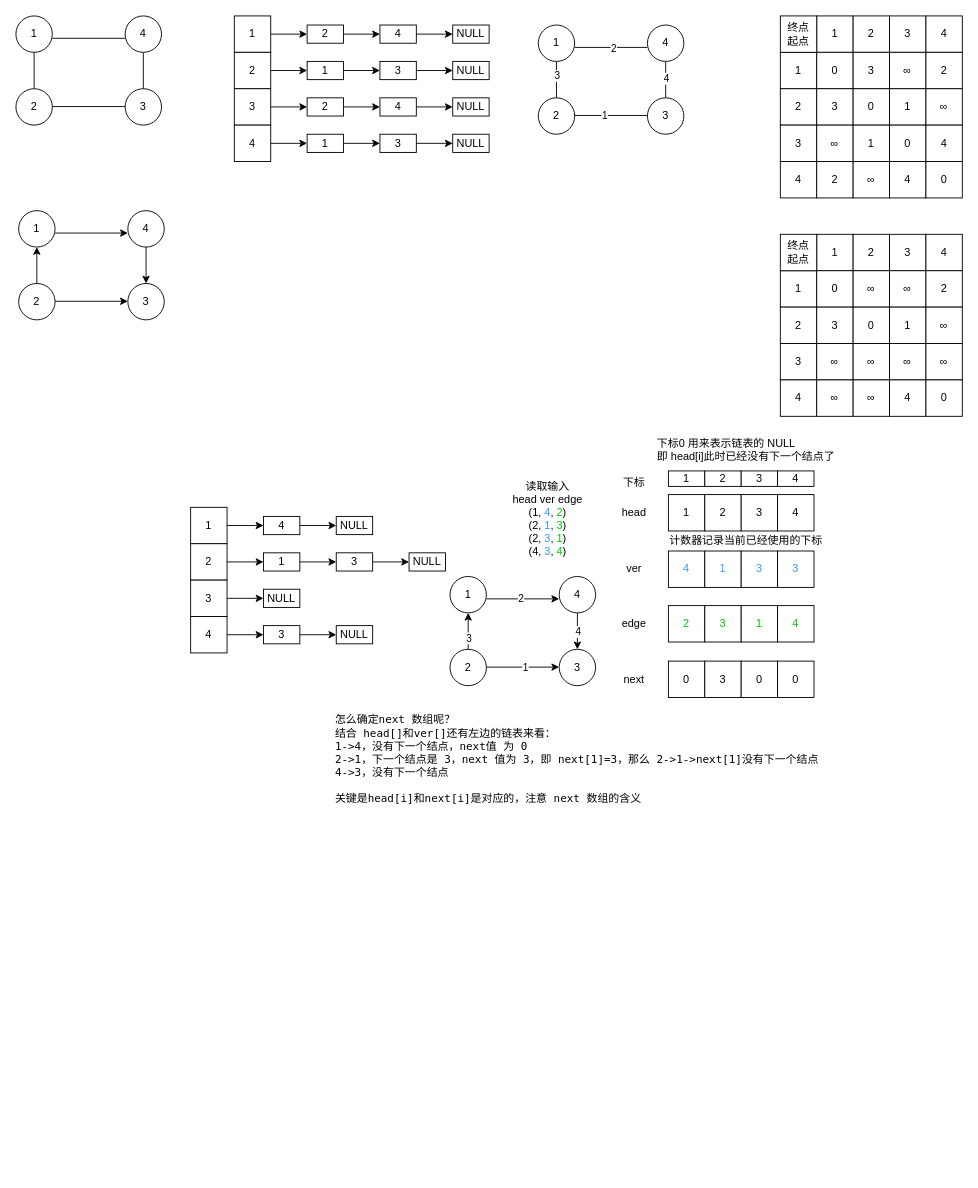
Above: 算法/图论 1.drawio in xyshawy/DRAW (draw.io), before the change. Source tidied: cells renumbered, new cells numbered last; positions are measured from the earlier drawing's top-left corner, leaving out a move shared by most shapes. Both pictures are drawn from the tidied source at 91%, with x=0, y=0 at pixel (15, 15).
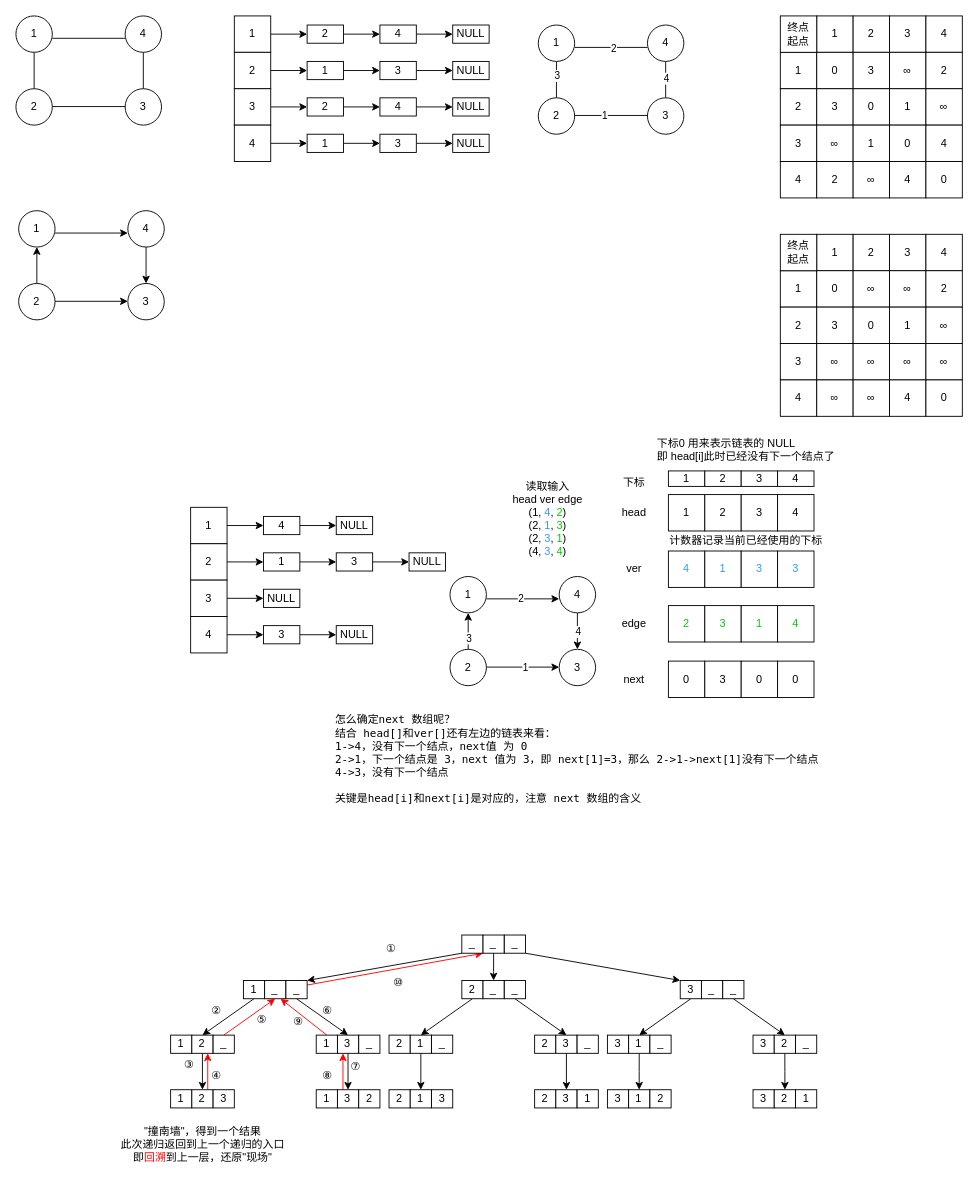
Above is the later version.

Change to the diagram source:
```diff
@@
+    <mxCell id="171" style="rounded=0;jettySize=auto;html=1;exitX=0.5;exitY=1;exitDx=0;exitDy=0;entryX=0.5;entryY=0;entryDx=0;entryDy=0;" parent="1" edge="1" source="172" target="214">
+      <mxGeometry relative="1" as="geometry" />
+    </mxCell>
+    <mxCell id="172" value="1" style="rounded=0;whiteSpace=wrap;html=1;" parent="1" vertex="1">
+      <mxGeometry x="250" y="1060" width="23.3" height="20" as="geometry" />
+    </mxCell>
+    <mxCell id="173" value="_" style="rounded=0;whiteSpace=wrap;html=1;" parent="1" vertex="1">
+      <mxGeometry x="273.3" y="1060" width="23.3" height="20" as="geometry" />
+    </mxCell>
+    <mxCell id="174" style="rounded=0;jettySize=auto;html=1;exitX=0.5;exitY=1;exitDx=0;exitDy=0;entryX=0.5;entryY=0;entryDx=0;entryDy=0;" parent="1" edge="1" source="176" target="190">
+      <mxGeometry relative="1" as="geometry" />
+    </mxCell>
+    <mxCell id="175" style="rounded=0;jettySize=auto;html=1;exitX=1;exitY=0.25;exitDx=0;exitDy=0;entryX=1;entryY=1;entryDx=0;entryDy=0;strokeColor=#FF0000;" parent="1" edge="1" source="176" target="201">
+      <mxGeometry relative="1" as="geometry" />
+    </mxCell>
+    <mxCell id="176" value="_" style="rounded=0;whiteSpace=wrap;html=1;" parent="1" vertex="1">
+      <mxGeometry x="296.7" y="1060" width="23.3" height="20" as="geometry" />
+    </mxCell>
+    <mxCell id="177" style="rounded=0;jettySize=auto;html=1;exitX=0.5;exitY=1;exitDx=0;exitDy=0;entryX=0.5;entryY=0;entryDx=0;entryDy=0;" parent="1" edge="1" source="178" target="206">
+      <mxGeometry relative="1" as="geometry" />
+    </mxCell>
+    <mxCell id="178" value="2" style="rounded=0;whiteSpace=wrap;html=1;" parent="1" vertex="1">
+      <mxGeometry x="490" y="1060" width="23.3" height="20" as="geometry" />
+    </mxCell>
+    <mxCell id="179" value="_" style="rounded=0;whiteSpace=wrap;html=1;" parent="1" vertex="1">
+      <mxGeometry x="513.3" y="1060" width="23.3" height="20" as="geometry" />
+    </mxCell>
+    <mxCell id="180" style="rounded=0;jettySize=auto;html=1;exitX=0.5;exitY=1;exitDx=0;exitDy=0;entryX=0.5;entryY=0;entryDx=0;entryDy=0;" parent="1" edge="1" source="181" target="210">
+      <mxGeometry relative="1" as="geometry" />
+    </mxCell>
+    <mxCell id="181" value="_" style="rounded=0;whiteSpace=wrap;html=1;" parent="1" vertex="1">
+      <mxGeometry x="536.7" y="1060" width="23.3" height="20" as="geometry" />
+    </mxCell>
+    <mxCell id="182" style="rounded=0;jettySize=auto;html=1;exitX=0.5;exitY=1;exitDx=0;exitDy=0;entryX=0.5;entryY=0;entryDx=0;entryDy=0;" parent="1" edge="1" source="183" target="194">
+      <mxGeometry relative="1" as="geometry" />
+    </mxCell>
+    <mxCell id="183" value="3" style="rounded=0;whiteSpace=wrap;html=1;" parent="1" vertex="1">
+      <mxGeometry x="730" y="1060" width="23.3" height="20" as="geometry" />
+    </mxCell>
+    <mxCell id="184" value="_" style="rounded=0;whiteSpace=wrap;html=1;" parent="1" vertex="1">
+      <mxGeometry x="753.3" y="1060" width="23.3" height="20" as="geometry" />
+    </mxCell>
+    <mxCell id="185" style="rounded=0;jettySize=auto;html=1;exitX=0.5;exitY=1;exitDx=0;exitDy=0;entryX=0.5;entryY=0;entryDx=0;entryDy=0;" parent="1" edge="1" source="186" target="198">
+      <mxGeometry relative="1" as="geometry" />
+    </mxCell>
+    <mxCell id="186" value="_" style="rounded=0;whiteSpace=wrap;html=1;" parent="1" vertex="1">
+      <mxGeometry x="776.7" y="1060" width="23.3" height="20" as="geometry" />
+    </mxCell>
+    <mxCell id="187" style="rounded=0;jettySize=auto;html=1;exitX=0.5;exitY=0;exitDx=0;exitDy=0;entryX=0.75;entryY=1;entryDx=0;entryDy=0;strokeColor=#FF0000;" parent="1" edge="1" source="188" target="173">
+      <mxGeometry relative="1" as="geometry" />
+    </mxCell>
+    <mxCell id="188" value="1" style="rounded=0;whiteSpace=wrap;html=1;" parent="1" vertex="1">
+      <mxGeometry x="330" y="1120" width="23.3" height="20" as="geometry" />
+    </mxCell>
+    <mxCell id="189" style="edgeStyle=orthogonalEdgeStyle;rounded=0;jettySize=auto;html=1;exitX=0.5;exitY=1;exitDx=0;exitDy=0;entryX=0.5;entryY=0;entryDx=0;entryDy=0;" parent="1" edge="1" source="190" target="226">
+      <mxGeometry relative="1" as="geometry" />
+    </mxCell>
+    <mxCell id="190" value="3" style="rounded=0;whiteSpace=wrap;html=1;" parent="1" vertex="1">
+      <mxGeometry x="353.3" y="1120" width="23.3" height="20" as="geometry" />
+    </mxCell>
+    <mxCell id="191" value="_" style="rounded=0;whiteSpace=wrap;html=1;" parent="1" vertex="1">
+      <mxGeometry x="376.7" y="1120" width="23.3" height="20" as="geometry" />
+    </mxCell>
+    <mxCell id="192" value="3" style="rounded=0;whiteSpace=wrap;html=1;" parent="1" vertex="1">
+      <mxGeometry x="650" y="1120" width="23.3" height="20" as="geometry" />
+    </mxCell>
+    <mxCell id="193" style="edgeStyle=orthogonalEdgeStyle;rounded=0;jettySize=auto;html=1;exitX=0.5;exitY=1;exitDx=0;exitDy=0;" parent="1" edge="1" source="194" target="235">
+      <mxGeometry relative="1" as="geometry" />
+    </mxCell>
+    <mxCell id="194" value="1" style="rounded=0;whiteSpace=wrap;html=1;" parent="1" vertex="1">
+      <mxGeometry x="673.3" y="1120" width="23.3" height="20" as="geometry" />
+    </mxCell>
+    <mxCell id="195" value="_" style="rounded=0;whiteSpace=wrap;html=1;" parent="1" vertex="1">
+      <mxGeometry x="696.7" y="1120" width="23.3" height="20" as="geometry" />
+    </mxCell>
+    <mxCell id="196" value="3" style="rounded=0;whiteSpace=wrap;html=1;" parent="1" vertex="1">
+      <mxGeometry x="810" y="1120" width="23.3" height="20" as="geometry" />
+    </mxCell>
+    <mxCell id="197" style="edgeStyle=orthogonalEdgeStyle;rounded=0;jettySize=auto;html=1;exitX=0.5;exitY=1;exitDx=0;exitDy=0;" parent="1" edge="1" source="198" target="238">
+      <mxGeometry relative="1" as="geometry" />
+    </mxCell>
+    <mxCell id="198" value="2" style="rounded=0;whiteSpace=wrap;html=1;" parent="1" vertex="1">
+      <mxGeometry x="833.3" y="1120" width="23.3" height="20" as="geometry" />
+    </mxCell>
+    <mxCell id="199" value="_" style="rounded=0;whiteSpace=wrap;html=1;" parent="1" vertex="1">
+      <mxGeometry x="856.7" y="1120" width="23.3" height="20" as="geometry" />
+    </mxCell>
+    <mxCell id="200" style="group;" parent="1" vertex="1">
+      <mxGeometry x="490" y="1010" width="70" height="20" as="geometry" />
+    </mxCell>
+    <mxCell id="201" value="_" style="rounded=0;whiteSpace=wrap;html=1;" parent="200" vertex="1">
+      <mxGeometry width="23.3" height="20" as="geometry" />
+    </mxCell>
+    <mxCell id="202" value="_" style="rounded=0;whiteSpace=wrap;html=1;" parent="200" vertex="1">
+      <mxGeometry x="23.3" width="23.3" height="20" as="geometry" />
+    </mxCell>
+    <mxCell id="203" value="_" style="rounded=0;whiteSpace=wrap;html=1;" parent="200" vertex="1">
+      <mxGeometry x="46.7" width="23.3" height="20" as="geometry" />
+    </mxCell>
+    <mxCell id="204" value="2" style="rounded=0;whiteSpace=wrap;html=1;" parent="1" vertex="1">
+      <mxGeometry x="410" y="1120" width="23.3" height="20" as="geometry" />
+    </mxCell>
+    <mxCell id="205" style="edgeStyle=orthogonalEdgeStyle;rounded=0;jettySize=auto;html=1;exitX=0.5;exitY=1;exitDx=0;exitDy=0;entryX=0.5;entryY=0;entryDx=0;entryDy=0;" parent="1" edge="1" source="206" target="229">
+      <mxGeometry relative="1" as="geometry" />
+    </mxCell>
+    <mxCell id="206" value="1" style="rounded=0;whiteSpace=wrap;html=1;" parent="1" vertex="1">
+      <mxGeometry x="433.3" y="1120" width="23.3" height="20" as="geometry" />
+    </mxCell>
+    <mxCell id="207" value="_" style="rounded=0;whiteSpace=wrap;html=1;" parent="1" vertex="1">
+      <mxGeometry x="456.7" y="1120" width="23.3" height="20" as="geometry" />
+    </mxCell>
+    <mxCell id="208" value="2" style="rounded=0;whiteSpace=wrap;html=1;" parent="1" vertex="1">
+      <mxGeometry x="570" y="1120" width="23.3" height="20" as="geometry" />
+    </mxCell>
+    <mxCell id="209" style="edgeStyle=orthogonalEdgeStyle;rounded=0;jettySize=auto;html=1;exitX=0.5;exitY=1;exitDx=0;exitDy=0;entryX=0.5;entryY=0;entryDx=0;entryDy=0;" parent="1" edge="1" source="210" target="232">
+      <mxGeometry relative="1" as="geometry" />
+    </mxCell>
+    <mxCell id="210" value="3" style="rounded=0;whiteSpace=wrap;html=1;" parent="1" vertex="1">
+      <mxGeometry x="593.3" y="1120" width="23.3" height="20" as="geometry" />
+    </mxCell>
+    <mxCell id="211" value="_" style="rounded=0;whiteSpace=wrap;html=1;" parent="1" vertex="1">
+      <mxGeometry x="616.7" y="1120" width="23.3" height="20" as="geometry" />
+    </mxCell>
+    <mxCell id="212" value="1" style="rounded=0;whiteSpace=wrap;html=1;" parent="1" vertex="1">
+      <mxGeometry x="170" y="1120" width="23.3" height="20" as="geometry" />
+    </mxCell>
+    <mxCell id="213" style="edgeStyle=orthogonalEdgeStyle;rounded=0;jettySize=auto;html=1;exitX=0.5;exitY=1;exitDx=0;exitDy=0;entryX=0.5;entryY=0;entryDx=0;entryDy=0;" parent="1" edge="1" source="214" target="222">
+      <mxGeometry relative="1" as="geometry" />
+    </mxCell>
+    <mxCell id="214" value="2" style="rounded=0;whiteSpace=wrap;html=1;" parent="1" vertex="1">
+      <mxGeometry x="193.3" y="1120" width="23.3" height="20" as="geometry" />
+    </mxCell>
+    <mxCell id="215" style="rounded=0;jettySize=auto;html=1;exitX=0.5;exitY=0;exitDx=0;exitDy=0;entryX=0.5;entryY=1;entryDx=0;entryDy=0;strokeColor=#FF0000;" parent="1" edge="1" source="216" target="173">
+      <mxGeometry relative="1" as="geometry" />
+    </mxCell>
+    <mxCell id="216" value="_" style="rounded=0;whiteSpace=wrap;html=1;" parent="1" vertex="1">
+      <mxGeometry x="216.7" y="1120" width="23.3" height="20" as="geometry" />
+    </mxCell>
+    <mxCell id="217" style="edgeStyle=orthogonalEdgeStyle;rounded=0;jettySize=auto;html=1;exitX=0.5;exitY=1;exitDx=0;exitDy=0;" parent="1" edge="1" source="202" target="179">
+      <mxGeometry relative="1" as="geometry" />
+    </mxCell>
+    <mxCell id="218" style="rounded=0;jettySize=auto;html=1;entryX=1;entryY=0;entryDx=0;entryDy=0;strokeColor=#000000;" parent="1" edge="1" target="176">
+      <mxGeometry relative="1" as="geometry">
+        <mxPoint x="490" y="1030" as="sourcePoint" />
+      </mxGeometry>
+    </mxCell>
+    <mxCell id="219" style="rounded=0;jettySize=auto;html=1;entryX=0;entryY=0;entryDx=0;entryDy=0;" parent="1" edge="1" target="183">
+      <mxGeometry relative="1" as="geometry">
+        <mxPoint x="560" y="1030" as="sourcePoint" />
+      </mxGeometry>
+    </mxCell>
+    <mxCell id="220" value="1" style="rounded=0;whiteSpace=wrap;html=1;" parent="1" vertex="1">
+      <mxGeometry x="170" y="1180" width="23.3" height="20" as="geometry" />
+    </mxCell>
+    <mxCell id="221" style="edgeStyle=orthogonalEdgeStyle;rounded=0;jettySize=auto;html=1;exitX=0.75;exitY=0;exitDx=0;exitDy=0;entryX=0.75;entryY=1;entryDx=0;entryDy=0;strokeColor=#FF0000;" parent="1" edge="1" source="222" target="214">
+      <mxGeometry relative="1" as="geometry" />
+    </mxCell>
+    <mxCell id="222" value="2" style="rounded=0;whiteSpace=wrap;html=1;" parent="1" vertex="1">
+      <mxGeometry x="193.3" y="1180" width="23.3" height="20" as="geometry" />
+    </mxCell>
+    <mxCell id="223" value="3" style="rounded=0;whiteSpace=wrap;html=1;" parent="1" vertex="1">
+      <mxGeometry x="216.7" y="1180" width="23.3" height="20" as="geometry" />
+    </mxCell>
+    <mxCell id="224" value="1" style="rounded=0;whiteSpace=wrap;html=1;" parent="1" vertex="1">
+      <mxGeometry x="330" y="1180" width="23.3" height="20" as="geometry" />
+    </mxCell>
+    <mxCell id="225" style="rounded=0;orthogonalLoop=1;jettySize=auto;html=1;exitX=0.75;exitY=0;exitDx=0;exitDy=0;entryX=0.75;entryY=1;entryDx=0;entryDy=0;strokeColor=#FF0000;" parent="1" edge="1">
+      <mxGeometry relative="1" as="geometry">
+        <mxPoint x="359.4" y="1180" as="sourcePoint" />
+        <mxPoint x="359.4" y="1140" as="targetPoint" />
+      </mxGeometry>
+    </mxCell>
+    <mxCell id="226" value="3" style="rounded=0;whiteSpace=wrap;html=1;" parent="1" vertex="1">
+      <mxGeometry x="353.3" y="1180" width="23.3" height="20" as="geometry" />
+    </mxCell>
+    <mxCell id="227" value="2" style="rounded=0;whiteSpace=wrap;html=1;" parent="1" vertex="1">
+      <mxGeometry x="376.7" y="1180" width="23.3" height="20" as="geometry" />
+    </mxCell>
+    <mxCell id="228" value="2" style="rounded=0;whiteSpace=wrap;html=1;" parent="1" vertex="1">
+      <mxGeometry x="410" y="1180" width="23.3" height="20" as="geometry" />
+    </mxCell>
+    <mxCell id="229" value="1" style="rounded=0;whiteSpace=wrap;html=1;" parent="1" vertex="1">
+      <mxGeometry x="433.3" y="1180" width="23.3" height="20" as="geometry" />
+    </mxCell>
+    <mxCell id="230" value="3" style="rounded=0;whiteSpace=wrap;html=1;" parent="1" vertex="1">
+      <mxGeometry x="456.7" y="1180" width="23.3" height="20" as="geometry" />
+    </mxCell>
+    <mxCell id="231" value="2" style="rounded=0;whiteSpace=wrap;html=1;" parent="1" vertex="1">
+      <mxGeometry x="570" y="1180" width="23.3" height="20" as="geometry" />
+    </mxCell>
+    <mxCell id="232" value="3" style="rounded=0;whiteSpace=wrap;html=1;" parent="1" vertex="1">
+      <mxGeometry x="593.3" y="1180" width="23.3" height="20" as="geometry" />
+    </mxCell>
+    <mxCell id="233" value="1" style="rounded=0;whiteSpace=wrap;html=1;" parent="1" vertex="1">
+      <mxGeometry x="616.7" y="1180" width="23.3" height="20" as="geometry" />
+    </mxCell>
+    <mxCell id="234" value="3" style="rounded=0;whiteSpace=wrap;html=1;" parent="1" vertex="1">
+      <mxGeometry x="650" y="1180" width="23.3" height="20" as="geometry" />
+    </mxCell>
+    <mxCell id="235" value="1" style="rounded=0;whiteSpace=wrap;html=1;" parent="1" vertex="1">
+      <mxGeometry x="673.3" y="1180" width="23.3" height="20" as="geometry" />
+    </mxCell>
+    <mxCell id="236" value="2" style="rounded=0;whiteSpace=wrap;html=1;" parent="1" vertex="1">
+      <mxGeometry x="696.7" y="1180" width="23.3" height="20" as="geometry" />
+    </mxCell>
+    <mxCell id="237" value="3" style="rounded=0;whiteSpace=wrap;html=1;" parent="1" vertex="1">
+      <mxGeometry x="810" y="1180" width="23.3" height="20" as="geometry" />
+    </mxCell>
+    <mxCell id="238" value="2" style="rounded=0;whiteSpace=wrap;html=1;" parent="1" vertex="1">
+      <mxGeometry x="833.3" y="1180" width="23.3" height="20" as="geometry" />
+    </mxCell>
+    <mxCell id="239" value="1" style="rounded=0;whiteSpace=wrap;html=1;" parent="1" vertex="1">
+      <mxGeometry x="856.7" y="1180" width="23.3" height="20" as="geometry" />
+    </mxCell>
+    <mxCell id="240" value="①" style="text;html=1;align=center;verticalAlign=middle;strokeColor=none;fillColor=none;" parent="1" vertex="1">
+      <mxGeometry x="392" y="1010" width="40" height="30" as="geometry" />
+    </mxCell>
+    <mxCell id="241" value="②" style="text;html=1;align=center;verticalAlign=middle;strokeColor=none;fillColor=none;" parent="1" vertex="1">
+      <mxGeometry x="200" y="1078" width="40" height="30" as="geometry" />
+    </mxCell>
+    <mxCell id="242" value="③" style="text;html=1;align=center;verticalAlign=middle;strokeColor=none;fillColor=none;" parent="1" vertex="1">
+      <mxGeometry x="170" y="1138" width="40" height="30" as="geometry" />
+    </mxCell>
+    <mxCell id="243" value="&lt;font face=&quot;Hei&quot;&gt;&quot;撞南墙&quot;，得到一个结果&lt;br&gt;此次递归返回到上一个递归的入口&lt;br&gt;即&lt;font color=&quot;#ff0000&quot;&gt;回溯&lt;/font&gt;到上一层，还原&quot;现场&quot;&lt;br&gt;&lt;/font&gt;" style="text;html=1;align=center;verticalAlign=middle;strokeColor=none;fillColor=none;" parent="1" vertex="1">
+      <mxGeometry x="105" y="1210" width="200" height="60" as="geometry" />
+    </mxCell>
+    <mxCell id="244" value="④" style="text;html=1;align=center;verticalAlign=middle;strokeColor=none;fillColor=none;" parent="1" vertex="1">
+      <mxGeometry x="200" y="1150" width="40" height="30" as="geometry" />
+    </mxCell>
+    <mxCell id="245" value="⑤" style="text;html=1;align=center;verticalAlign=middle;strokeColor=none;fillColor=none;" parent="1" vertex="1">
+      <mxGeometry x="250" y="1088" width="40" height="30" as="geometry" />
+    </mxCell>
+    <mxCell id="246" value="⑥" style="text;html=1;align=center;verticalAlign=middle;strokeColor=none;fillColor=none;" parent="1" vertex="1">
+      <mxGeometry x="321.7" y="1078" width="40" height="30" as="geometry" />
+    </mxCell>
+    <mxCell id="247" value="⑦" style="text;html=1;align=center;verticalAlign=middle;strokeColor=none;fillColor=none;" parent="1" vertex="1">
+      <mxGeometry x="353.3" y="1140" width="40" height="30" as="geometry" />
+    </mxCell>
+    <mxCell id="248" value="⑧" style="text;html=1;align=center;verticalAlign=middle;strokeColor=none;fillColor=none;" parent="1" vertex="1">
+      <mxGeometry x="321.7" y="1150" width="40" height="30" as="geometry" />
+    </mxCell>
+    <mxCell id="249" value="⑨" style="text;html=1;align=center;verticalAlign=middle;strokeColor=none;fillColor=none;" parent="1" vertex="1">
+      <mxGeometry x="290" y="1090" width="40" height="30" as="geometry" />
+    </mxCell>
+    <mxCell id="250" value="⑩" style="text;html=1;align=center;verticalAlign=middle;strokeColor=none;fillColor=none;" parent="1" vertex="1">
+      <mxGeometry x="400" y="1048" width="40" height="30" as="geometry" />
+    </mxCell>
```
